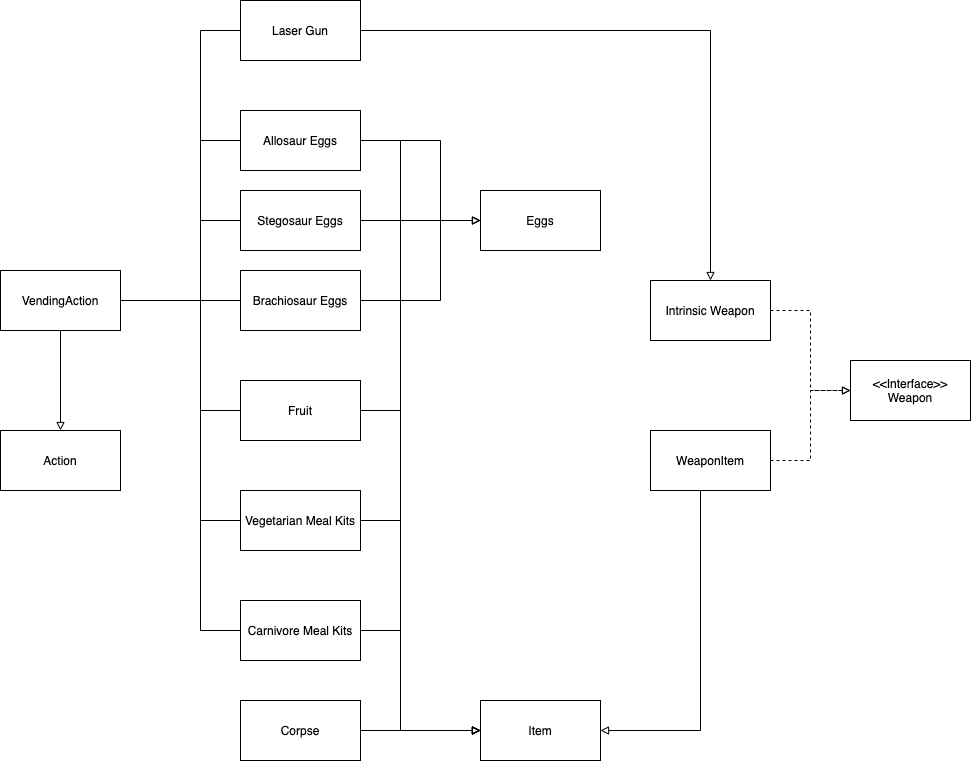
Nochl/Jurrasic_Park_Sim keeps this draw.io diagram as docs/FIT2099_A1_UML_ItemsVendingMachine.png. Above is the earlier version. Source tidied: cells renumbered, new cells last; positions are measured from the earlier drawing's top-left corner, leaving out a move shared by most shapes.
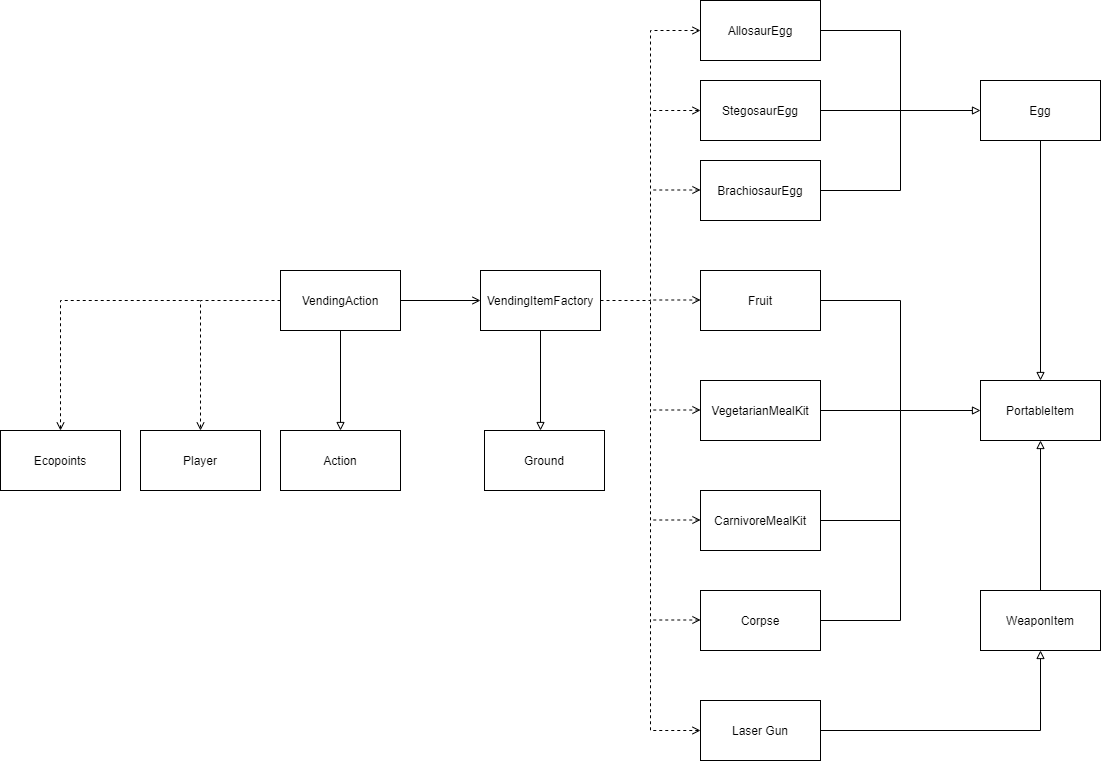
Above is the later version.

Commit message:
Fixed multiplicities and relations for ItemsVendingMachine UML

Change to the diagram source:
```diff
@@ -2,190 +2,168 @@
   <root>
     <mxCell id="0" />
     <mxCell id="1" parent="0" />
+    <mxCell id="39" style="edgeStyle=orthogonalEdgeStyle;rounded=0;jettySize=auto;html=1;exitX=0.5;exitY=1;exitDx=0;exitDy=0;entryX=0.5;entryY=0;entryDx=0;entryDy=0;startArrow=none;startFill=0;endArrow=block;endFill=0;" parent="1" edge="1" source="2" target="33">
+      <mxGeometry relative="1" as="geometry" />
+    </mxCell>
-    <mxCell id="2" value="Eggs" style="whiteSpace=wrap;html=1;" parent="1" vertex="1">
-      <mxGeometry x="480" y="190" width="120" height="60" as="geometry" />
+    <mxCell id="2" value="Egg" style="whiteSpace=wrap;html=1;" parent="1" vertex="1">
+      <mxGeometry x="520" y="190" width="120" height="60" as="geometry" />
     </mxCell>
     <mxCell id="3" style="edgeStyle=orthogonalEdgeStyle;rounded=0;jettySize=auto;html=1;exitX=1;exitY=0.5;exitDx=0;exitDy=0;endArrow=block;endFill=0;entryX=0;entryY=0.5;entryDx=0;entryDy=0;" parent="1" edge="1" source="5" target="2">
       <mxGeometry relative="1" as="geometry" />
     </mxCell>
-    <mxCell id="4" style="edgeStyle=orthogonalEdgeStyle;rounded=0;jettySize=auto;html=1;exitX=1;exitY=0.5;exitDx=0;exitDy=0;startArrow=none;startFill=0;endArrow=block;endFill=0;" parent="1" edge="1" source="5" target="33">
-      <mxGeometry relative="1" as="geometry">
-        <Array as="points">
-          <mxPoint x="400" y="220" />
-          <mxPoint x="400" y="730" />
-        </Array>
-      </mxGeometry>
-    </mxCell>
+    <mxCell id="40" style="edgeStyle=orthogonalEdgeStyle;rounded=0;jettySize=auto;html=1;exitX=0;exitY=0.5;exitDx=0;exitDy=0;dashed=1;endArrow=none;endFill=0;startArrow=open;startFill=0;" parent="1" edge="1" source="5">
+      <mxGeometry relative="1" as="geometry">
+        <mxPoint x="190" y="220" as="targetPoint" />
+      </mxGeometry>
+    </mxCell>
-    <mxCell id="5" value="Stegosaur Eggs" style="whiteSpace=wrap;html=1;" parent="1" vertex="1">
+    <mxCell id="5" value="StegosaurEgg" style="whiteSpace=wrap;html=1;" parent="1" vertex="1">
       <mxGeometry x="240" y="190" width="120" height="60" as="geometry" />
     </mxCell>
-    <mxCell id="6" style="edgeStyle=orthogonalEdgeStyle;rounded=0;jettySize=auto;html=1;endArrow=block;endFill=0;entryX=0;entryY=0.5;entryDx=0;entryDy=0;" parent="1" edge="1" source="8" target="2">
-      <mxGeometry relative="1" as="geometry">
-        <Array as="points">
-          <mxPoint x="440" y="300" />
-          <mxPoint x="440" y="220" />
-        </Array>
-      </mxGeometry>
-    </mxCell>
-    <mxCell id="7" style="edgeStyle=orthogonalEdgeStyle;rounded=0;jettySize=auto;html=1;entryX=0;entryY=0.5;entryDx=0;entryDy=0;startArrow=none;startFill=0;endArrow=block;endFill=0;" parent="1" edge="1" source="8" target="33">
-      <mxGeometry relative="1" as="geometry">
-        <Array as="points">
-          <mxPoint x="400" y="300" />
-          <mxPoint x="400" y="730" />
-        </Array>
-      </mxGeometry>
-    </mxCell>
+    <mxCell id="41" style="edgeStyle=orthogonalEdgeStyle;rounded=0;jettySize=auto;html=1;exitX=1;exitY=0.5;exitDx=0;exitDy=0;startArrow=none;startFill=0;endArrow=none;endFill=0;" parent="1" edge="1" source="8">
+      <mxGeometry relative="1" as="geometry">
+        <mxPoint x="440" y="220" as="targetPoint" />
+      </mxGeometry>
+    </mxCell>
-    <mxCell id="8" value="Brachiosaur Eggs" style="whiteSpace=wrap;html=1;" parent="1" vertex="1">
+    <mxCell id="8" value="BrachiosaurEgg" style="whiteSpace=wrap;html=1;" parent="1" vertex="1">
       <mxGeometry x="240" y="270" width="120" height="60" as="geometry" />
     </mxCell>
-    <mxCell id="9" style="edgeStyle=orthogonalEdgeStyle;rounded=0;jettySize=auto;html=1;exitX=1;exitY=0.5;exitDx=0;exitDy=0;endArrow=block;endFill=0;" parent="1" edge="1" source="11" target="2">
-      <mxGeometry relative="1" as="geometry">
-        <Array as="points">
-          <mxPoint x="440" y="140" />
-          <mxPoint x="440" y="220" />
-        </Array>
-      </mxGeometry>
-    </mxCell>
-    <mxCell id="10" style="edgeStyle=orthogonalEdgeStyle;rounded=0;jettySize=auto;html=1;entryX=0;entryY=0.5;entryDx=0;entryDy=0;startArrow=none;startFill=0;endArrow=block;endFill=0;" parent="1" edge="1" source="11" target="33">
-      <mxGeometry relative="1" as="geometry">
-        <Array as="points">
-          <mxPoint x="400" y="140" />
-          <mxPoint x="400" y="730" />
-        </Array>
-      </mxGeometry>
-    </mxCell>
+    <mxCell id="42" style="edgeStyle=orthogonalEdgeStyle;rounded=0;jettySize=auto;html=1;exitX=1;exitY=0.5;exitDx=0;exitDy=0;startArrow=none;startFill=0;endArrow=none;endFill=0;" parent="1" edge="1" source="11">
+      <mxGeometry relative="1" as="geometry">
+        <mxPoint x="440" y="220" as="targetPoint" />
+      </mxGeometry>
+    </mxCell>
-    <mxCell id="11" value="Allosaur Eggs" style="whiteSpace=wrap;html=1;" parent="1" vertex="1">
+    <mxCell id="11" value="AllosaurEgg" style="whiteSpace=wrap;html=1;" parent="1" vertex="1">
       <mxGeometry x="240" y="110" width="120" height="60" as="geometry" />
     </mxCell>
-    <mxCell id="12" style="edgeStyle=orthogonalEdgeStyle;rounded=0;jettySize=auto;html=1;exitX=1;exitY=0.5;exitDx=0;exitDy=0;entryX=0.5;entryY=0;entryDx=0;entryDy=0;endArrow=block;endFill=0;" parent="1" edge="1" source="13" target="15">
-      <mxGeometry relative="1" as="geometry" />
-    </mxCell>
+    <mxCell id="43" style="edgeStyle=orthogonalEdgeStyle;rounded=0;jettySize=auto;html=1;entryX=0.5;entryY=1;entryDx=0;entryDy=0;endArrow=block;endFill=0;" parent="1" edge="1" source="13" target="36">
+      <mxGeometry relative="1" as="geometry">
+        <Array as="points">
+          <mxPoint x="580" y="840" />
+        </Array>
+      </mxGeometry>
+    </mxCell>
+    <mxCell id="44" style="edgeStyle=orthogonalEdgeStyle;rounded=0;jettySize=auto;html=1;exitX=0;exitY=0.5;exitDx=0;exitDy=0;dashed=1;startArrow=open;startFill=0;endArrow=none;endFill=0;" parent="1" edge="1" source="13">
+      <mxGeometry relative="1" as="geometry">
+        <mxPoint x="190" y="410" as="targetPoint" />
+      </mxGeometry>
+    </mxCell>
     <mxCell id="13" value="Laser Gun" style="rounded=0;whiteSpace=wrap;html=1;" parent="1" vertex="1">
-      <mxGeometry x="240" width="120" height="60" as="geometry" />
+      <mxGeometry x="240" y="810" width="120" height="60" as="geometry" />
     </mxCell>
-    <mxCell id="14" style="edgeStyle=orthogonalEdgeStyle;rounded=0;jettySize=auto;html=1;entryX=0;entryY=0.5;entryDx=0;entryDy=0;startArrow=none;startFill=0;endArrow=block;endFill=0;dashed=1;" parent="1" edge="1" source="15" target="37">
-      <mxGeometry relative="1" as="geometry" />
-    </mxCell>
-    <mxCell id="15" value="Intrinsic Weapon" style="rounded=0;whiteSpace=wrap;html=1;" parent="1" vertex="1">
-      <mxGeometry x="650" y="280" width="120" height="60" as="geometry" />
-    </mxCell>
-    <mxCell id="16" style="edgeStyle=orthogonalEdgeStyle;rounded=0;jettySize=auto;html=1;entryX=0;entryY=0.5;entryDx=0;entryDy=0;startArrow=none;startFill=0;endArrow=block;endFill=0;" parent="1" edge="1" source="17" target="33">
-      <mxGeometry relative="1" as="geometry">
-        <Array as="points">
-          <mxPoint x="400" y="410" />
-          <mxPoint x="400" y="730" />
-        </Array>
-      </mxGeometry>
-    </mxCell>
+    <mxCell id="45" style="edgeStyle=orthogonalEdgeStyle;rounded=0;jettySize=auto;html=1;exitX=1;exitY=0.5;exitDx=0;exitDy=0;endArrow=none;endFill=0;" parent="1" edge="1" source="17">
+      <mxGeometry relative="1" as="geometry">
+        <mxPoint x="440" y="520" as="targetPoint" />
+      </mxGeometry>
+    </mxCell>
     <mxCell id="17" value="Fruit" style="whiteSpace=wrap;html=1;" parent="1" vertex="1">
       <mxGeometry x="240" y="380" width="120" height="60" as="geometry" />
     </mxCell>
-    <mxCell id="18" style="edgeStyle=orthogonalEdgeStyle;rounded=0;jettySize=auto;html=1;entryX=0;entryY=0.5;entryDx=0;entryDy=0;startArrow=none;startFill=0;endArrow=block;endFill=0;" parent="1" edge="1" source="19" target="33">
-      <mxGeometry relative="1" as="geometry">
-        <Array as="points">
-          <mxPoint x="400" y="520" />
-          <mxPoint x="400" y="730" />
-        </Array>
-      </mxGeometry>
-    </mxCell>
+    <mxCell id="46" style="edgeStyle=orthogonalEdgeStyle;rounded=0;jettySize=auto;html=1;exitX=1;exitY=0.5;exitDx=0;exitDy=0;endArrow=none;endFill=0;" parent="1" edge="1" source="19">
+      <mxGeometry relative="1" as="geometry">
+        <mxPoint x="440" y="520" as="targetPoint" />
+      </mxGeometry>
+    </mxCell>
-    <mxCell id="19" value="Vegetarian Meal Kits" style="whiteSpace=wrap;html=1;" parent="1" vertex="1">
+    <mxCell id="19" value="VegetarianMealKit" style="whiteSpace=wrap;html=1;" parent="1" vertex="1">
       <mxGeometry x="240" y="490" width="120" height="60" as="geometry" />
     </mxCell>
-    <mxCell id="20" style="edgeStyle=orthogonalEdgeStyle;rounded=0;jettySize=auto;html=1;entryX=0;entryY=0.5;entryDx=0;entryDy=0;startArrow=none;startFill=0;endArrow=block;endFill=0;" parent="1" edge="1" source="21" target="33">
-      <mxGeometry relative="1" as="geometry">
-        <Array as="points">
-          <mxPoint x="400" y="630" />
-          <mxPoint x="400" y="730" />
-        </Array>
-      </mxGeometry>
-    </mxCell>
+    <mxCell id="47" style="edgeStyle=orthogonalEdgeStyle;rounded=0;jettySize=auto;html=1;exitX=1;exitY=0.5;exitDx=0;exitDy=0;endArrow=none;endFill=0;" parent="1" edge="1" source="21">
+      <mxGeometry relative="1" as="geometry">
+        <mxPoint x="440" y="630" as="targetPoint" />
+      </mxGeometry>
+    </mxCell>
-    <mxCell id="21" value="Carnivore Meal Kits" style="whiteSpace=wrap;html=1;" parent="1" vertex="1">
+    <mxCell id="21" value="CarnivoreMealKit" style="whiteSpace=wrap;html=1;" parent="1" vertex="1">
       <mxGeometry x="240" y="600" width="120" height="60" as="geometry" />
     </mxCell>
-    <mxCell id="22" style="edgeStyle=orthogonalEdgeStyle;rounded=0;jettySize=auto;html=1;entryX=0;entryY=0.5;entryDx=0;entryDy=0;startArrow=none;startFill=0;endArrow=none;endFill=0;" parent="1" edge="1" source="30" target="13">
-      <mxGeometry relative="1" as="geometry">
-        <Array as="points">
-          <mxPoint x="200" y="300" />
-          <mxPoint x="200" y="30" />
-        </Array>
-      </mxGeometry>
-    </mxCell>
-    <mxCell id="23" style="edgeStyle=orthogonalEdgeStyle;rounded=0;jettySize=auto;html=1;entryX=0;entryY=0.5;entryDx=0;entryDy=0;startArrow=none;startFill=0;endArrow=none;endFill=0;" parent="1" edge="1" source="30" target="11">
-      <mxGeometry relative="1" as="geometry">
-        <Array as="points">
-          <mxPoint x="200" y="300" />
-          <mxPoint x="200" y="140" />
-        </Array>
-      </mxGeometry>
-    </mxCell>
-    <mxCell id="24" style="edgeStyle=orthogonalEdgeStyle;rounded=0;jettySize=auto;html=1;entryX=0;entryY=0.5;entryDx=0;entryDy=0;startArrow=none;startFill=0;endArrow=none;endFill=0;" parent="1" edge="1" source="30" target="5">
-      <mxGeometry relative="1" as="geometry">
-        <Array as="points">
-          <mxPoint x="200" y="300" />
-          <mxPoint x="200" y="220" />
-        </Array>
-      </mxGeometry>
-    </mxCell>
-    <mxCell id="25" style="edgeStyle=orthogonalEdgeStyle;rounded=0;jettySize=auto;html=1;entryX=0;entryY=0.5;entryDx=0;entryDy=0;startArrow=none;startFill=0;endArrow=none;endFill=0;" parent="1" edge="1" source="30" target="8">
-      <mxGeometry relative="1" as="geometry" />
-    </mxCell>
-    <mxCell id="26" style="edgeStyle=orthogonalEdgeStyle;rounded=0;jettySize=auto;html=1;entryX=0;entryY=0.5;entryDx=0;entryDy=0;startArrow=none;startFill=0;endArrow=none;endFill=0;" parent="1" edge="1" source="30" target="17">
-      <mxGeometry relative="1" as="geometry">
-        <Array as="points">
-          <mxPoint x="200" y="300" />
-          <mxPoint x="200" y="410" />
-        </Array>
-      </mxGeometry>
-    </mxCell>
-    <mxCell id="27" style="edgeStyle=orthogonalEdgeStyle;rounded=0;jettySize=auto;html=1;entryX=0;entryY=0.5;entryDx=0;entryDy=0;startArrow=none;startFill=0;endArrow=none;endFill=0;" parent="1" edge="1" source="30" target="19">
-      <mxGeometry relative="1" as="geometry">
-        <Array as="points">
-          <mxPoint x="200" y="300" />
-          <mxPoint x="200" y="520" />
-        </Array>
-      </mxGeometry>
-    </mxCell>
-    <mxCell id="28" style="edgeStyle=orthogonalEdgeStyle;rounded=0;jettySize=auto;html=1;entryX=0;entryY=0.5;entryDx=0;entryDy=0;startArrow=none;startFill=0;endArrow=none;endFill=0;" parent="1" edge="1" source="30" target="21">
-      <mxGeometry relative="1" as="geometry">
-        <Array as="points">
-          <mxPoint x="200" y="300" />
-          <mxPoint x="200" y="630" />
-        </Array>
-      </mxGeometry>
-    </mxCell>
     <mxCell id="29" style="edgeStyle=orthogonalEdgeStyle;rounded=0;jettySize=auto;html=1;startArrow=none;startFill=0;endArrow=block;endFill=0;" parent="1" edge="1" source="30" target="38">
       <mxGeometry relative="1" as="geometry" />
     </mxCell>
+    <mxCell id="48" style="edgeStyle=orthogonalEdgeStyle;rounded=0;jettySize=auto;html=1;exitX=1;exitY=0.5;exitDx=0;exitDy=0;entryX=0;entryY=0.5;entryDx=0;entryDy=0;endArrow=open;endFill=0;" parent="1" edge="1" source="30" target="52">
+      <mxGeometry relative="1" as="geometry" />
+    </mxCell>
+    <mxCell id="49" style="edgeStyle=orthogonalEdgeStyle;rounded=0;jettySize=auto;html=1;exitX=0;exitY=0.5;exitDx=0;exitDy=0;startArrow=none;startFill=0;endArrow=open;endFill=0;dashed=1;" parent="1" edge="1" source="30">
+      <mxGeometry relative="1" as="geometry">
+        <mxPoint x="-260" y="540" as="targetPoint" />
+      </mxGeometry>
+    </mxCell>
     <mxCell id="30" value="VendingAction" style="whiteSpace=wrap;html=1;" parent="1" vertex="1">
-      <mxGeometry y="270" width="120" height="60" as="geometry" />
+      <mxGeometry x="-180" y="380" width="120" height="60" as="geometry" />
     </mxCell>
-    <mxCell id="31" style="edgeStyle=orthogonalEdgeStyle;rounded=0;jettySize=auto;html=1;entryX=0;entryY=0.5;entryDx=0;entryDy=0;startArrow=none;startFill=0;endArrow=block;endFill=0;" parent="1" edge="1" source="32" target="33">
+    <mxCell id="31" style="edgeStyle=orthogonalEdgeStyle;rounded=0;jettySize=auto;html=1;exitX=1;exitY=0.5;exitDx=0;exitDy=0;entryX=0;entryY=0.5;entryDx=0;entryDy=0;endArrow=block;endFill=0;" parent="1" edge="1" source="32" target="33">
       <mxGeometry relative="1" as="geometry" />
     </mxCell>
     <mxCell id="32" value="Corpse" style="whiteSpace=wrap;html=1;" parent="1" vertex="1">
       <mxGeometry x="240" y="700" width="120" height="60" as="geometry" />
     </mxCell>
-    <mxCell id="33" value="Item" style="whiteSpace=wrap;html=1;" parent="1" vertex="1">
-      <mxGeometry x="480" y="700" width="120" height="60" as="geometry" />
+    <mxCell id="33" value="PortableItem" style="whiteSpace=wrap;html=1;" parent="1" vertex="1">
+      <mxGeometry x="520" y="490" width="120" height="60" as="geometry" />
     </mxCell>
-    <mxCell id="34" style="edgeStyle=orthogonalEdgeStyle;rounded=0;jettySize=auto;html=1;entryX=0;entryY=0.5;entryDx=0;entryDy=0;startArrow=none;startFill=0;endArrow=block;endFill=0;dashed=1;" parent="1" edge="1" source="36" target="37">
-      <mxGeometry relative="1" as="geometry" />
-    </mxCell>
-    <mxCell id="35" style="edgeStyle=orthogonalEdgeStyle;rounded=0;jettySize=auto;html=1;entryX=1;entryY=0.5;entryDx=0;entryDy=0;startArrow=none;startFill=0;endArrow=block;endFill=0;" parent="1" edge="1" source="36" target="33">
-      <mxGeometry relative="1" as="geometry">
-        <Array as="points">
-          <mxPoint x="700" y="730" />
-        </Array>
-      </mxGeometry>
+    <mxCell id="35" style="edgeStyle=orthogonalEdgeStyle;rounded=0;jettySize=auto;html=1;exitX=0.5;exitY=0;exitDx=0;exitDy=0;entryX=0.5;entryY=1;entryDx=0;entryDy=0;startArrow=none;startFill=0;endArrow=block;endFill=0;" parent="1" edge="1" source="36" target="33">
+      <mxGeometry relative="1" as="geometry" />
     </mxCell>
     <mxCell id="36" value="WeaponItem" style="rounded=0;whiteSpace=wrap;html=1;" parent="1" vertex="1">
-      <mxGeometry x="650" y="430" width="120" height="60" as="geometry" />
+      <mxGeometry x="520" y="700" width="120" height="60" as="geometry" />
     </mxCell>
-    <mxCell id="37" value="&amp;lt;&amp;lt;Interface&amp;gt;&amp;gt;&lt;br&gt;Weapon" style="rounded=0;whiteSpace=wrap;html=1;" parent="1" vertex="1">
-      <mxGeometry x="850" y="360" width="120" height="60" as="geometry" />
-    </mxCell>
     <mxCell id="38" value="Action" style="whiteSpace=wrap;html=1;" parent="1" vertex="1">
-      <mxGeometry y="430" width="120" height="60" as="geometry" />
+      <mxGeometry x="-180" y="540" width="120" height="60" as="geometry" />
     </mxCell>
+    <mxCell id="50" style="edgeStyle=orthogonalEdgeStyle;rounded=0;jettySize=auto;html=1;exitX=1;exitY=0.5;exitDx=0;exitDy=0;entryX=0;entryY=0.5;entryDx=0;entryDy=0;endArrow=open;endFill=0;dashed=1;" parent="1" edge="1" source="52" target="11">
+      <mxGeometry relative="1" as="geometry" />
+    </mxCell>
+    <mxCell id="51" style="edgeStyle=orthogonalEdgeStyle;rounded=0;jettySize=auto;html=1;exitX=0.5;exitY=1;exitDx=0;exitDy=0;endArrow=block;endFill=0;" parent="1" edge="1" source="52">
+      <mxGeometry relative="1" as="geometry">
+        <mxPoint x="80" y="540" as="targetPoint" />
+      </mxGeometry>
+    </mxCell>
+    <mxCell id="52" value="VendingItemFactory" style="whiteSpace=wrap;html=1;" parent="1" vertex="1">
+      <mxGeometry x="20" y="380" width="120" height="60" as="geometry" />
+    </mxCell>
+    <mxCell id="53" style="edgeStyle=orthogonalEdgeStyle;rounded=0;orthogonalLoop=1;jettySize=auto;html=1;exitX=0;exitY=0.5;exitDx=0;exitDy=0;dashed=1;endArrow=none;endFill=0;startArrow=open;startFill=0;" parent="1" edge="1">
+      <mxGeometry relative="1" as="geometry">
+        <mxPoint x="240" y="409.5" as="sourcePoint" />
+        <mxPoint x="190" y="409.5" as="targetPoint" />
+      </mxGeometry>
+    </mxCell>
+    <mxCell id="54" style="edgeStyle=orthogonalEdgeStyle;rounded=0;orthogonalLoop=1;jettySize=auto;html=1;exitX=0;exitY=0.5;exitDx=0;exitDy=0;dashed=1;endArrow=none;endFill=0;startArrow=open;startFill=0;" parent="1" edge="1">
+      <mxGeometry relative="1" as="geometry">
+        <mxPoint x="240" y="299.5" as="sourcePoint" />
+        <mxPoint x="190" y="299.5" as="targetPoint" />
+      </mxGeometry>
+    </mxCell>
+    <mxCell id="55" style="edgeStyle=orthogonalEdgeStyle;rounded=0;orthogonalLoop=1;jettySize=auto;html=1;exitX=0;exitY=0.5;exitDx=0;exitDy=0;dashed=1;endArrow=none;endFill=0;startArrow=open;startFill=0;" parent="1" edge="1">
+      <mxGeometry relative="1" as="geometry">
+        <mxPoint x="240" y="519.5" as="sourcePoint" />
+        <mxPoint x="190" y="519.5" as="targetPoint" />
+      </mxGeometry>
+    </mxCell>
+    <mxCell id="56" style="edgeStyle=orthogonalEdgeStyle;rounded=0;orthogonalLoop=1;jettySize=auto;html=1;exitX=0;exitY=0.5;exitDx=0;exitDy=0;dashed=1;endArrow=none;endFill=0;startArrow=open;startFill=0;" parent="1" edge="1">
+      <mxGeometry relative="1" as="geometry">
+        <mxPoint x="240" y="629.5" as="sourcePoint" />
+        <mxPoint x="190" y="629.5" as="targetPoint" />
+      </mxGeometry>
+    </mxCell>
+    <mxCell id="57" style="edgeStyle=orthogonalEdgeStyle;rounded=0;orthogonalLoop=1;jettySize=auto;html=1;exitX=0;exitY=0.5;exitDx=0;exitDy=0;dashed=1;endArrow=none;endFill=0;startArrow=open;startFill=0;" parent="1" edge="1">
+      <mxGeometry relative="1" as="geometry">
+        <mxPoint x="240" y="729.5" as="sourcePoint" />
+        <mxPoint x="190" y="729.5" as="targetPoint" />
+      </mxGeometry>
+    </mxCell>
+    <mxCell id="58" value="Player" style="whiteSpace=wrap;html=1;" parent="1" vertex="1">
+      <mxGeometry x="-320" y="540" width="120" height="60" as="geometry" />
+    </mxCell>
+    <mxCell id="59" style="edgeStyle=orthogonalEdgeStyle;rounded=0;jettySize=auto;html=1;exitX=0.5;exitY=0;exitDx=0;exitDy=0;dashed=1;startArrow=open;startFill=0;endArrow=none;endFill=0;" parent="1" edge="1" source="60">
+      <mxGeometry relative="1" as="geometry">
+        <mxPoint x="-260" y="410" as="targetPoint" />
+        <Array as="points">
+          <mxPoint x="-400" y="540" />
+          <mxPoint x="-400" y="410" />
+        </Array>
+      </mxGeometry>
+    </mxCell>
+    <mxCell id="60" value="Ecopoints" style="whiteSpace=wrap;html=1;" parent="1" vertex="1">
+      <mxGeometry x="-460" y="540" width="120" height="60" as="geometry" />
+    </mxCell>
+    <mxCell id="61" value="Ground" style="whiteSpace=wrap;html=1;" parent="1" vertex="1">
+      <mxGeometry x="24" y="540" width="120" height="60" as="geometry" />
+    </mxCell>
   </root>
 </mxGraphModel>
```
